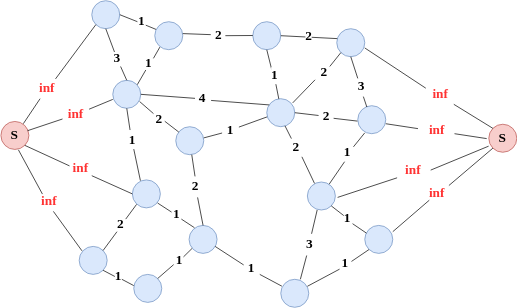
Before: image/multi_sink_2.svg, a diagram exported from draw.io (coldbubbletea/On-Balanced-Separators-in-Road-Networks). Source tidied: cells renumbered, new cells last; positions are measured from the earlier drawing's top-left corner, leaving out a move shared by most shapes.
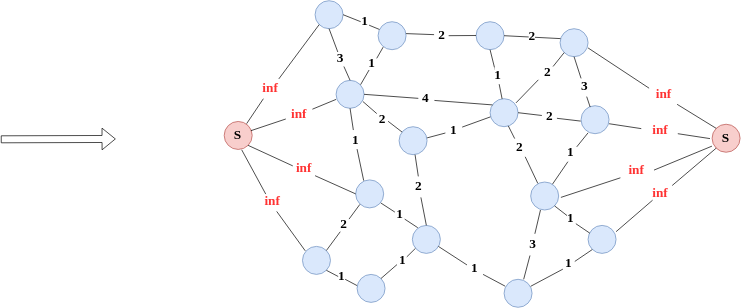
The same file after the commit.

The edit, as a diff of the source:
```diff
@@ -482,5 +482,11 @@
         <mxPoint x="559.8" y="330" as="targetPoint" />
       </mxGeometry>
     </mxCell>
+    <mxCell id="117" style="shape=flexArrow;endArrow=classic;html=1;rounded=0;" parent="1" edge="1">
+      <mxGeometry relative="1" as="geometry">
+        <mxPoint x="-319" y="198" as="sourcePoint" />
+        <mxPoint x="-155" y="197.5" as="targetPoint" />
+      </mxGeometry>
+    </mxCell>
   </root>
 </mxGraphModel>
```
